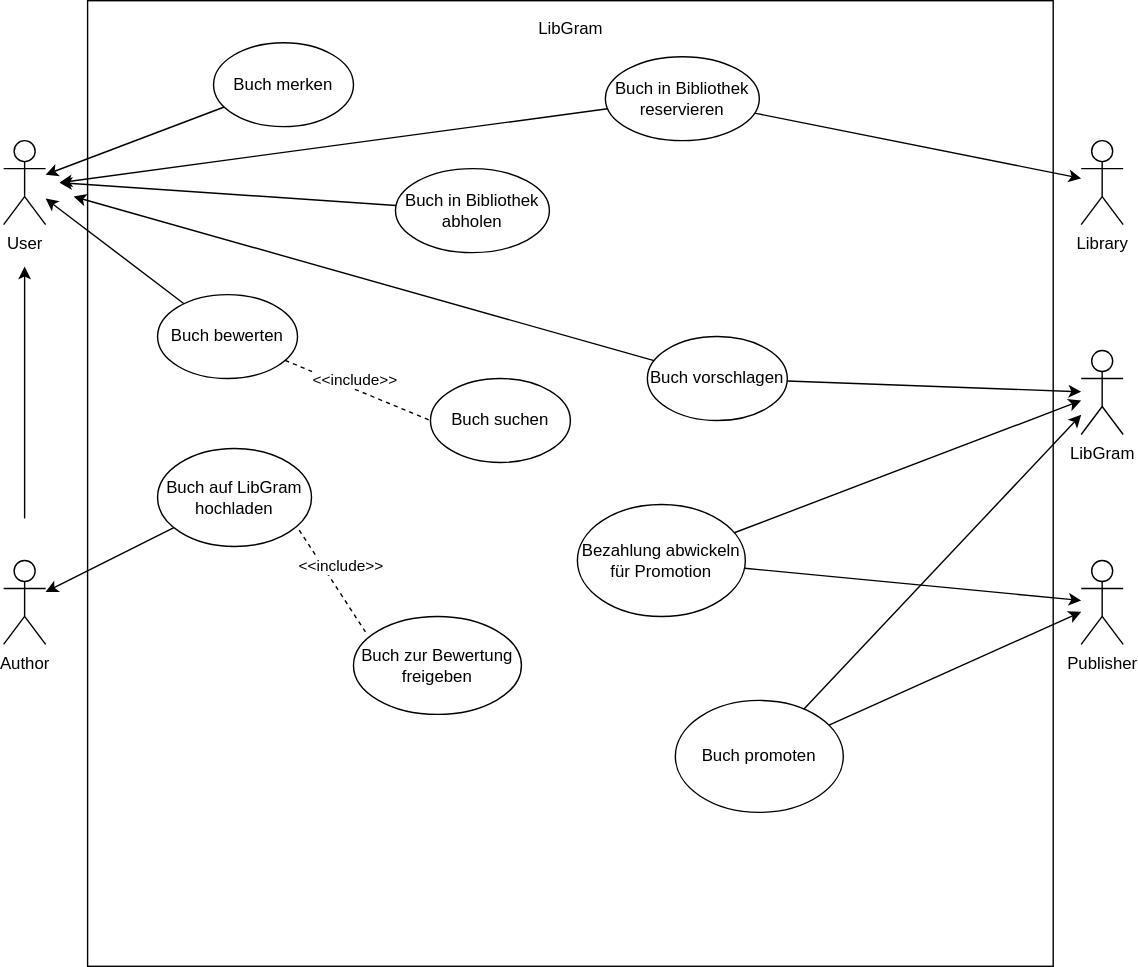
Before: doc/figures/uc-diagram.drawio.svg, a diagram exported from draw.io (hohldun1/Projektarbeit). Source tidied: cells renumbered, new cells last; positions are measured from the earlier drawing's top-left corner, leaving out a move shared by most shapes.
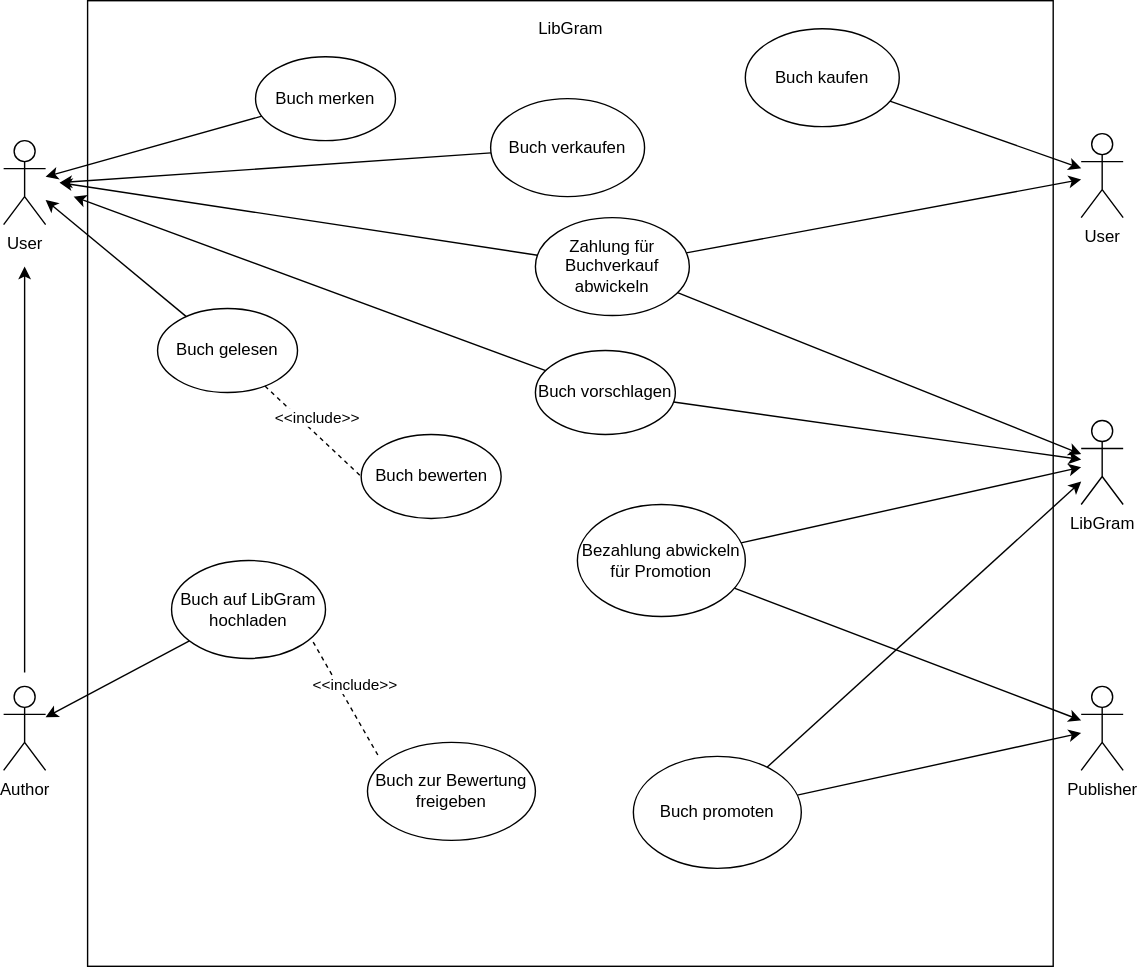
Later version of the same file.

Diff of the diagram source:
```diff
@@ -13,39 +13,36 @@
     </mxCell>
     <mxCell id="5" style="edgeStyle=none;html=1;" parent="1" edge="1">
       <mxGeometry relative="1" as="geometry">
-        <mxPoint x="15" y="370" as="sourcePoint" />
+        <mxPoint x="15" y="480" as="sourcePoint" />
         <mxPoint x="15" y="190" as="targetPoint" />
       </mxGeometry>
     </mxCell>
     <mxCell id="6" value="Author" style="shape=umlActor;verticalLabelPosition=bottom;verticalAlign=top;html=1;outlineConnect=0;" parent="1" vertex="1">
-      <mxGeometry y="400" width="30" height="60" as="geometry" />
+      <mxGeometry y="490" width="30" height="60" as="geometry" />
     </mxCell>
-    <mxCell id="7" value="Library" style="shape=umlActor;verticalLabelPosition=bottom;verticalAlign=top;html=1;outlineConnect=0;" parent="1" vertex="1">
-      <mxGeometry x="770" y="100" width="30" height="60" as="geometry" />
-    </mxCell>
     <mxCell id="8" value="Publisher" style="shape=umlActor;verticalLabelPosition=bottom;verticalAlign=top;html=1;outlineConnect=0;" parent="1" vertex="1">
-      <mxGeometry x="770" y="400" width="30" height="60" as="geometry" />
+      <mxGeometry x="770" y="490" width="30" height="60" as="geometry" />
     </mxCell>
     <mxCell id="9" style="edgeStyle=none;html=1;" parent="1" edge="1" source="10" target="4">
       <mxGeometry relative="1" as="geometry" />
     </mxCell>
     <mxCell id="10" value="Buch merken" style="ellipse;whiteSpace=wrap;html=1;" parent="1" vertex="1">
-      <mxGeometry x="150" y="30" width="100" height="60" as="geometry" />
+      <mxGeometry x="180" y="40" width="100" height="60" as="geometry" />
     </mxCell>
     <mxCell id="11" style="edgeStyle=none;html=1;" parent="1" edge="1" source="12" target="4">
       <mxGeometry relative="1" as="geometry" />
     </mxCell>
-    <mxCell id="12" value="Buch bewerten" style="ellipse;whiteSpace=wrap;html=1;" parent="1" vertex="1">
-      <mxGeometry x="110" y="210" width="100" height="60" as="geometry" />
+    <mxCell id="12" value="Buch gelesen" style="ellipse;whiteSpace=wrap;html=1;" parent="1" vertex="1">
+      <mxGeometry x="110" y="220" width="100" height="60" as="geometry" />
     </mxCell>
     <mxCell id="13" style="edgeStyle=none;html=1;" parent="1" edge="1" source="14" target="6">
       <mxGeometry relative="1" as="geometry" />
     </mxCell>
     <mxCell id="14" value="Buch auf LibGram hochladen" style="ellipse;whiteSpace=wrap;html=1;" parent="1" vertex="1">
-      <mxGeometry x="110" y="320" width="110" height="70" as="geometry" />
+      <mxGeometry x="120" y="400" width="110" height="70" as="geometry" />
     </mxCell>
     <mxCell id="15" value="LibGram" style="shape=umlActor;verticalLabelPosition=bottom;verticalAlign=top;html=1;outlineConnect=0;" parent="1" vertex="1">
-      <mxGeometry x="770" y="250" width="30" height="60" as="geometry" />
+      <mxGeometry x="770" y="300" width="30" height="60" as="geometry" />
     </mxCell>
     <mxCell id="16" style="edgeStyle=none;html=1;" parent="1" edge="1" source="18" target="15">
       <mxGeometry relative="1" as="geometry" />
@@ -57,29 +54,10 @@
       <mxGeometry x="410" y="360" width="120" height="80" as="geometry" />
     </mxCell>
     <mxCell id="19" value="Buch zur Bewertung freigeben" style="ellipse;whiteSpace=wrap;html=1;" parent="1" vertex="1">
-      <mxGeometry x="250" y="440" width="120" height="70" as="geometry" />
+      <mxGeometry x="260" y="530" width="120" height="70" as="geometry" />
     </mxCell>
-    <mxCell id="20" style="edgeStyle=none;html=1;" parent="1" edge="1" source="22">
-      <mxGeometry relative="1" as="geometry">
-        <mxPoint x="40" y="130" as="targetPoint" />
-      </mxGeometry>
-    </mxCell>
-    <mxCell id="21" style="edgeStyle=none;html=1;" parent="1" edge="1" source="22" target="7">
-      <mxGeometry relative="1" as="geometry" />
-    </mxCell>
-    <mxCell id="22" value="Buch in Bibliothek reservieren" style="ellipse;whiteSpace=wrap;html=1;" parent="1" vertex="1">
-      <mxGeometry x="430" y="40" width="110" height="60" as="geometry" />
-    </mxCell>
-    <mxCell id="23" style="edgeStyle=none;html=1;" parent="1" edge="1" source="24">
-      <mxGeometry relative="1" as="geometry">
-        <mxPoint x="40" y="130" as="targetPoint" />
-      </mxGeometry>
-    </mxCell>
-    <mxCell id="24" value="Buch in Bibliothek abholen" style="ellipse;whiteSpace=wrap;html=1;" parent="1" vertex="1">
-      <mxGeometry x="280" y="120" width="110" height="60" as="geometry" />
-    </mxCell>
-    <mxCell id="25" value="Buch suchen" style="ellipse;whiteSpace=wrap;html=1;" parent="1" vertex="1">
-      <mxGeometry x="305" y="270" width="100" height="60" as="geometry" />
+    <mxCell id="25" value="Buch bewerten" style="ellipse;whiteSpace=wrap;html=1;" parent="1" vertex="1">
+      <mxGeometry x="255.5" y="310" width="100" height="60" as="geometry" />
     </mxCell>
     <mxCell id="26" style="endArrow=none;dashed=1;html=1;entryX=0;entryY=0.5;entryDx=0;entryDy=0;" parent="1" edge="1" source="12" target="25">
       <mxGeometry relative="1" as="geometry" />
@@ -104,7 +82,7 @@
       <mxGeometry relative="1" as="geometry" />
     </mxCell>
     <mxCell id="32" value="Buch promoten" style="ellipse;whiteSpace=wrap;html=1;" parent="1" vertex="1">
-      <mxGeometry x="480" y="500" width="120" height="80" as="geometry" />
+      <mxGeometry x="450" y="540" width="120" height="80" as="geometry" />
     </mxCell>
     <mxCell id="33" style="edgeStyle=none;html=1;" parent="1" edge="1" source="35" target="15">
       <mxGeometry relative="1" as="geometry" />
@@ -115,7 +93,38 @@
       </mxGeometry>
     </mxCell>
     <mxCell id="35" value="Buch vorschlagen" style="ellipse;whiteSpace=wrap;html=1;" parent="1" vertex="1">
-      <mxGeometry x="460" y="240" width="100" height="60" as="geometry" />
+      <mxGeometry x="380" y="250" width="100" height="60" as="geometry" />
     </mxCell>
+    <mxCell id="36" value="User" style="shape=umlActor;verticalLabelPosition=bottom;verticalAlign=top;html=1;outlineConnect=0;" parent="1" vertex="1">
+      <mxGeometry x="770" y="95" width="30" height="60" as="geometry" />
+    </mxCell>
+    <mxCell id="37" style="edgeStyle=none;html=1;" parent="1" edge="1" source="38">
+      <mxGeometry relative="1" as="geometry">
+        <mxPoint x="40" y="130" as="targetPoint" />
+      </mxGeometry>
+    </mxCell>
+    <mxCell id="38" value="Buch verkaufen" style="ellipse;whiteSpace=wrap;html=1;" parent="1" vertex="1">
+      <mxGeometry x="348" y="70" width="110" height="70" as="geometry" />
+    </mxCell>
+    <mxCell id="39" style="edgeStyle=none;html=1;" parent="1" edge="1" source="40" target="36">
+      <mxGeometry relative="1" as="geometry" />
+    </mxCell>
+    <mxCell id="40" value="Buch kaufen" style="ellipse;whiteSpace=wrap;html=1;" parent="1" vertex="1">
+      <mxGeometry x="530" y="20" width="110" height="70" as="geometry" />
+    </mxCell>
+    <mxCell id="41" style="edgeStyle=none;html=1;" parent="1" edge="1" source="44" target="36">
+      <mxGeometry relative="1" as="geometry" />
+    </mxCell>
+    <mxCell id="42" style="edgeStyle=none;html=1;" parent="1" edge="1" source="44">
+      <mxGeometry relative="1" as="geometry">
+        <mxPoint x="40" y="130" as="targetPoint" />
+      </mxGeometry>
+    </mxCell>
+    <mxCell id="43" style="edgeStyle=none;html=1;" parent="1" edge="1" source="44" target="15">
+      <mxGeometry relative="1" as="geometry" />
+    </mxCell>
+    <mxCell id="44" value="Zahlung für Buchverkauf abwickeln" style="ellipse;whiteSpace=wrap;html=1;" parent="1" vertex="1">
+      <mxGeometry x="380" y="155" width="110" height="70" as="geometry" />
+    </mxCell>
   </root>
 </mxGraphModel>
```
